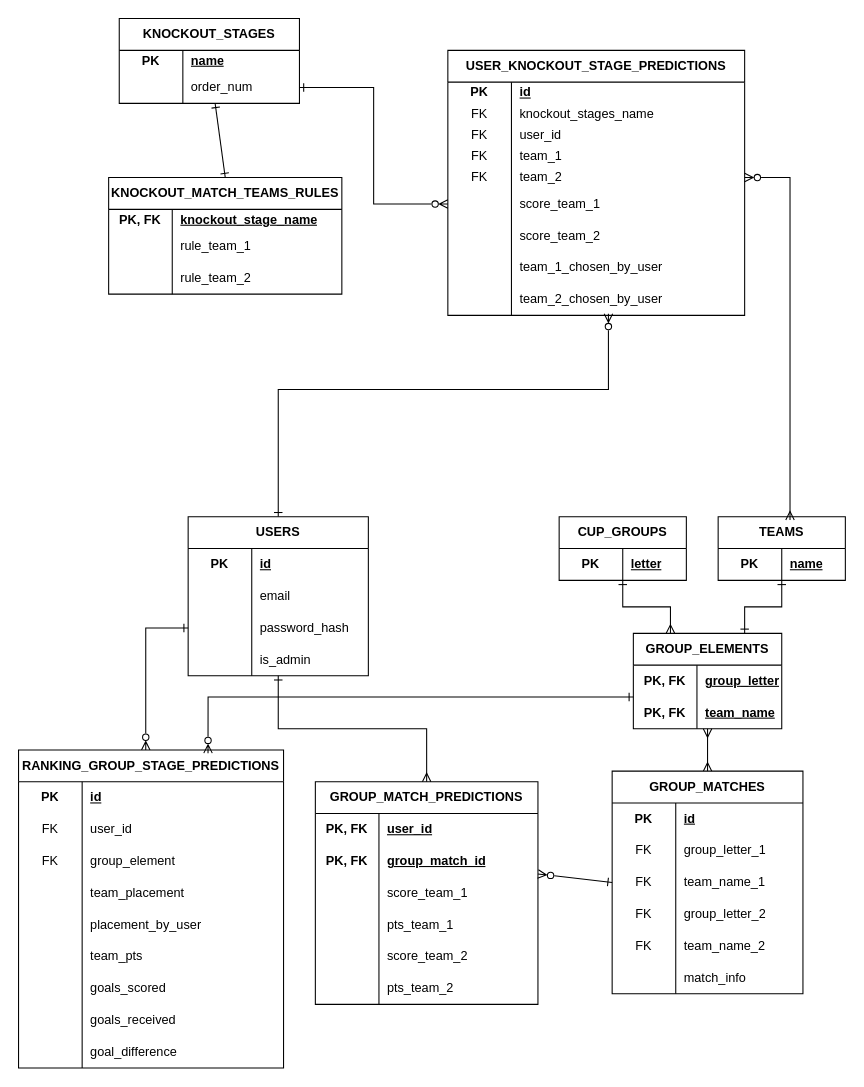
Before: docs/Databade - Diagrama ER.drawio in PedroKBarros/Bolao-do-Joca-2026, a draw.io diagram. Source tidied: cells renumbered, new cells numbered last; positions are measured from the earlier drawing's top-left corner, leaving out a move shared by most shapes. Both pictures are drawn from the tidied source at 106%, with x=0, y=0 at pixel (18, 18).
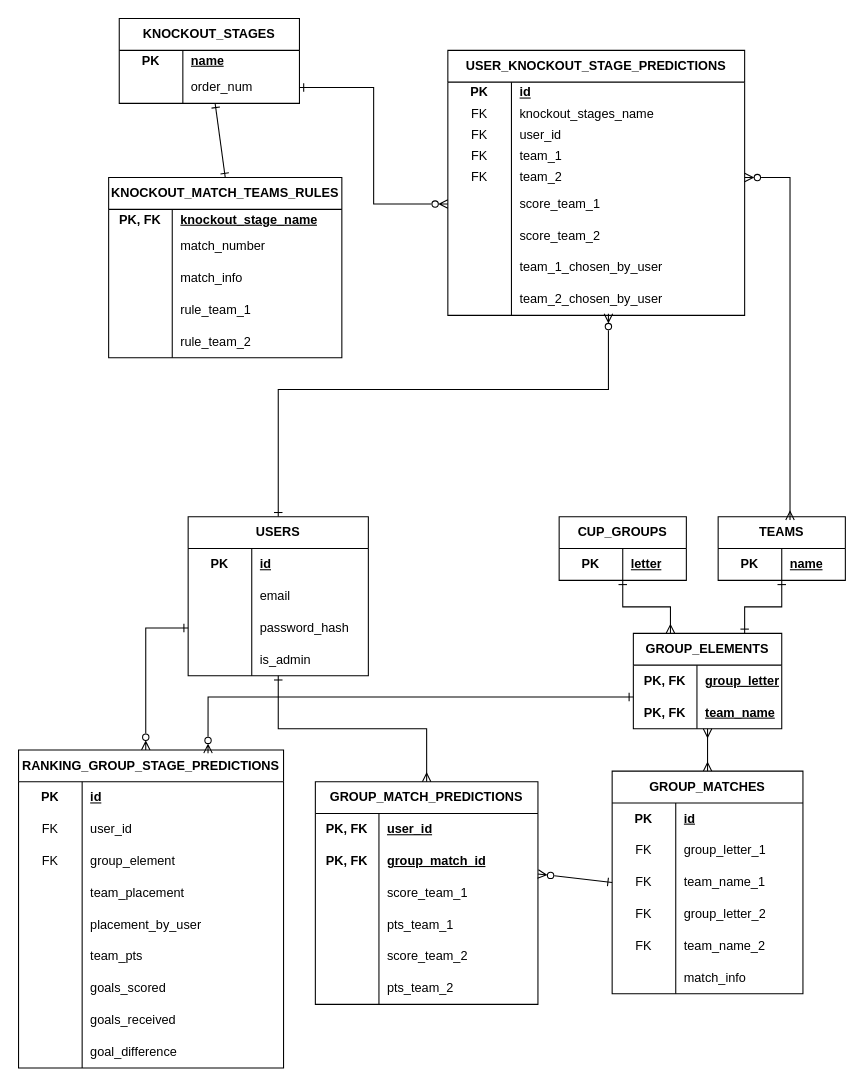
Above is the later version.

The edit, as a diff of the source:
```diff
@@
     <mxCell id="112" value="KNOCKOUT_MATCH_TEAMS_RULES" style="shape=table;startSize=30;childLayout=tableLayout;rowLines=0;fontStyle=1;align=center;html=1;whiteSpace=wrap;rounded=0;" parent="1" vertex="1">
-      <mxGeometry x="85" y="150" width="220" height="110" as="geometry" />
+      <mxGeometry x="85" y="150" width="220" height="170" as="geometry" />
     </mxCell>
@@
+    <mxCell id="152" style="shape=tableRow;horizontal=0;startSize=0;swimlaneHead=0;swimlaneBody=0;fillColor=none;top=0;left=0;right=0;bottom=0;html=1;rounded=0;" parent="112" vertex="1">
+      <mxGeometry y="50" width="220" height="30" as="geometry" />
+    </mxCell>
+    <mxCell id="153" style="shape=partialRectangle;fillColor=none;top=0;left=0;bottom=0;right=0;fontStyle=1;overflow=hidden;html=1;whiteSpace=wrap;rounded=0;" parent="152" vertex="1">
+      <mxGeometry width="60" height="30" as="geometry" />
+    </mxCell>
+    <mxCell id="154" value="match_number" style="shape=partialRectangle;fillColor=none;top=0;left=0;bottom=0;right=0;align=left;spacingLeft=6;fontStyle=0;overflow=hidden;html=1;whiteSpace=wrap;rounded=0;" parent="152" vertex="1">
+      <mxGeometry x="60" width="160" height="30" as="geometry" />
+    </mxCell>
+    <mxCell id="155" style="shape=tableRow;horizontal=0;startSize=0;swimlaneHead=0;swimlaneBody=0;fillColor=none;top=0;left=0;right=0;bottom=0;html=1;rounded=0;" parent="112" vertex="1">
+      <mxGeometry y="80" width="220" height="30" as="geometry" />
+    </mxCell>
+    <mxCell id="156" style="shape=partialRectangle;fillColor=none;top=0;left=0;bottom=0;right=0;fontStyle=1;overflow=hidden;html=1;whiteSpace=wrap;rounded=0;" parent="155" vertex="1">
+      <mxGeometry width="60" height="30" as="geometry" />
+    </mxCell>
+    <mxCell id="157" value="match_info" style="shape=partialRectangle;fillColor=none;top=0;left=0;bottom=0;right=0;align=left;spacingLeft=6;fontStyle=0;overflow=hidden;html=1;whiteSpace=wrap;rounded=0;" parent="155" vertex="1">
+      <mxGeometry x="60" width="160" height="30" as="geometry" />
+    </mxCell>
     <mxCell id="116" style="shape=tableRow;horizontal=0;startSize=0;swimlaneHead=0;swimlaneBody=0;fillColor=none;top=0;left=0;right=0;bottom=0;html=1;rounded=0;" parent="112" vertex="1">
-      <mxGeometry y="50" width="220" height="30" as="geometry" />
+      <mxGeometry y="110" width="220" height="30" as="geometry" />
     </mxCell>
@@
     <mxCell id="119" style="shape=tableRow;horizontal=0;startSize=0;swimlaneHead=0;swimlaneBody=0;fillColor=none;top=0;left=0;right=0;bottom=0;html=1;rounded=0;" parent="112" vertex="1">
-      <mxGeometry y="80" width="220" height="30" as="geometry" />
+      <mxGeometry y="140" width="220" height="30" as="geometry" />
     </mxCell>
```
